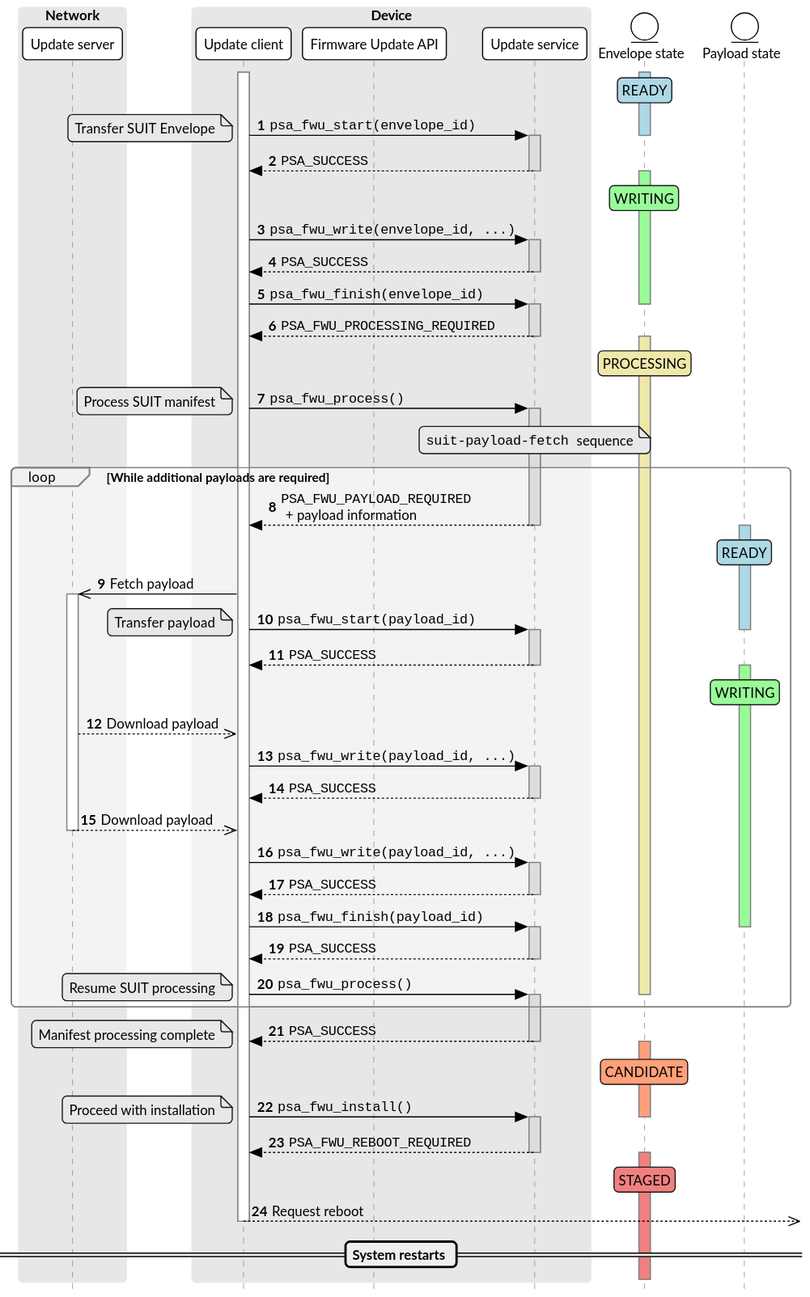
Above: design/rfc-01-fwu-suit/fetch-sequence.svg in ARM-software/psa-api (PlantUML), before the change. Its source is kept beside it as design/rfc-01-fwu-suit/fetch-sequence.puml.
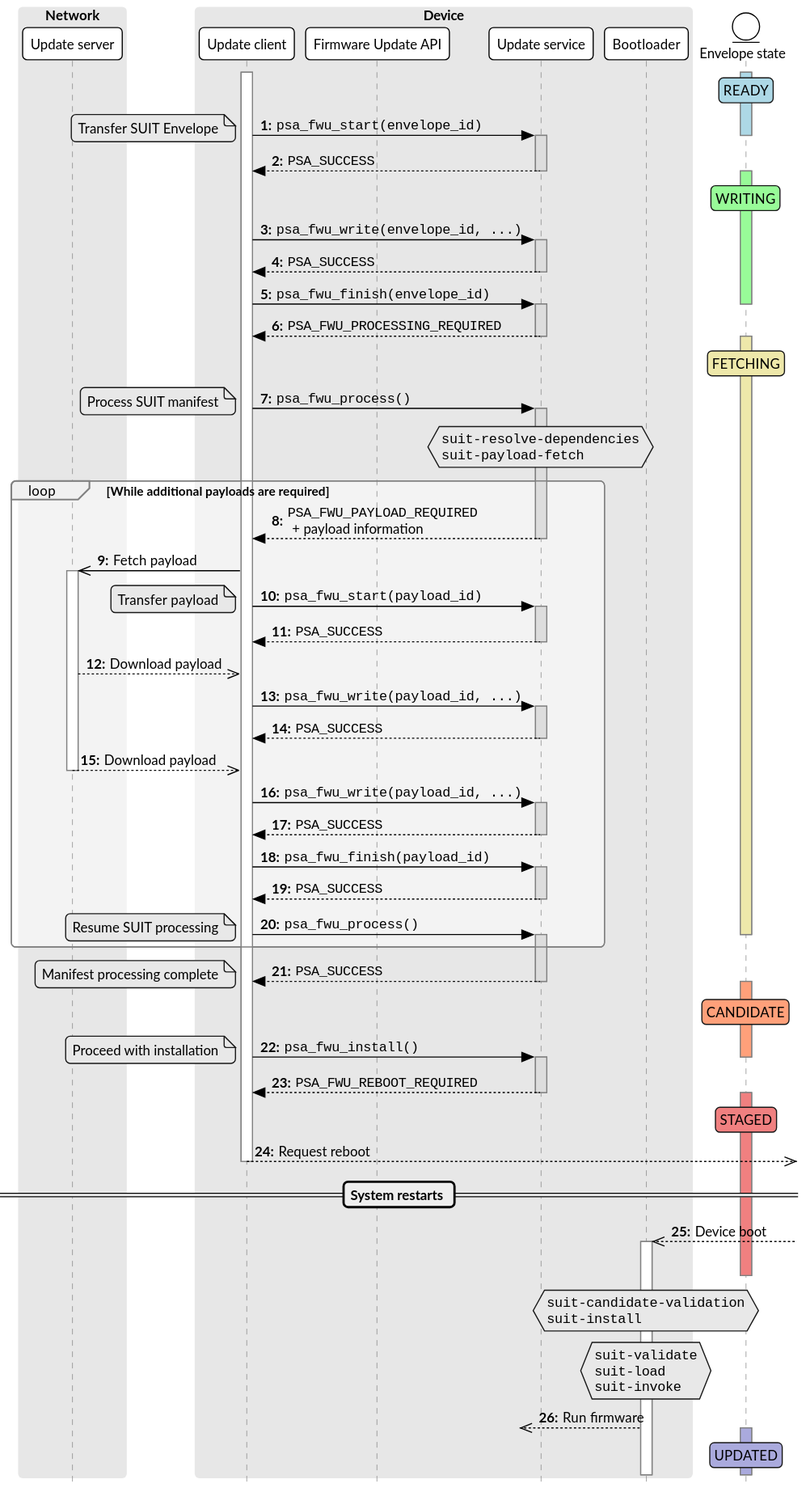
Later version of the same file.

Commit message:
FWU/SUIT proposal v0.5

Change to the diagram source:
```diff
@@ -10,11 +10,11 @@
 participant "Update client" as client
 participant "Firmware Update API" as api
 participant "Update service" as service
+participant "Bootloader" as boot
 end box
 entity "Envelope state" as envelope
-entity "Payload state" as payload
 
-autonumber
+autonumber "<b>#:"
 activate client
 activate envelope #LightBlue
 rnote over envelope #LightBlue: READY
@@ -39,28 +39,26 @@
 return ""PSA_FWU_PROCESSING_REQUIRED""
 deactivate service
 activate envelope #PaleGoldenRod
-rnote over envelope #PaleGoldenRod: PROCESSING
+rnote over envelope #PaleGoldenRod: FETCHING
 
 client -> service: ""psa_fwu_process()""
 note left: Process SUIT manifest
-note over service: ""suit-payload-fetch ""sequence
+hnote over service
+    ""suit-resolve-dependencies""
+    ""suit-payload-fetch""
+end note
 activate service #ddd
 
 loop While additional payloads are required
     return ""PSA_FWU_PAYLOAD_REQUIRED""\n  + payload information
     deactivate service
-    activate payload #LightBlue
-    rnote over payload #LightBlue: READY
 
     server <<- client ++ : Fetch payload
     client -> service: ""psa_fwu_start(payload_id)""
     note left: Transfer payload
-    deactivate payload
     activate service #ddd
     return ""PSA_SUCCESS""
     deactivate service
-    activate payload #PaleGreen
-    rnote over payload #PaleGreen: WRITING
 
     server -->> client: Download payload
     client -> service: ""psa_fwu_write(payload_id, ...)""
@@ -75,7 +73,6 @@
     deactivate service
 
     client -> service: ""psa_fwu_finish(payload_id)""
-    deactivate payload
     activate service #ddd
     return ""PSA_SUCCESS""
     deactivate service
@@ -101,9 +98,25 @@
 activate envelope #LightCoral
 rnote over envelope #LightCoral: STAGED
 
-deactivate envelope
 client -->>] --: Request reboot
 
 == System restarts ==
 
+boot <<--] ++ : Device boot
+deactivate envelope
+
+hnote over boot
+    ""suit-candidate-validation""
+    ""suit-install""
+end note
+hnote over boot
+    ""suit-validate""
+    ""suit-load""
+    ""suit-invoke""
+end note
+
+?<<-- boot: Run firmware
+activate envelope #aad
+rnote over envelope #aad: UPDATED
+
 @enduml
```
